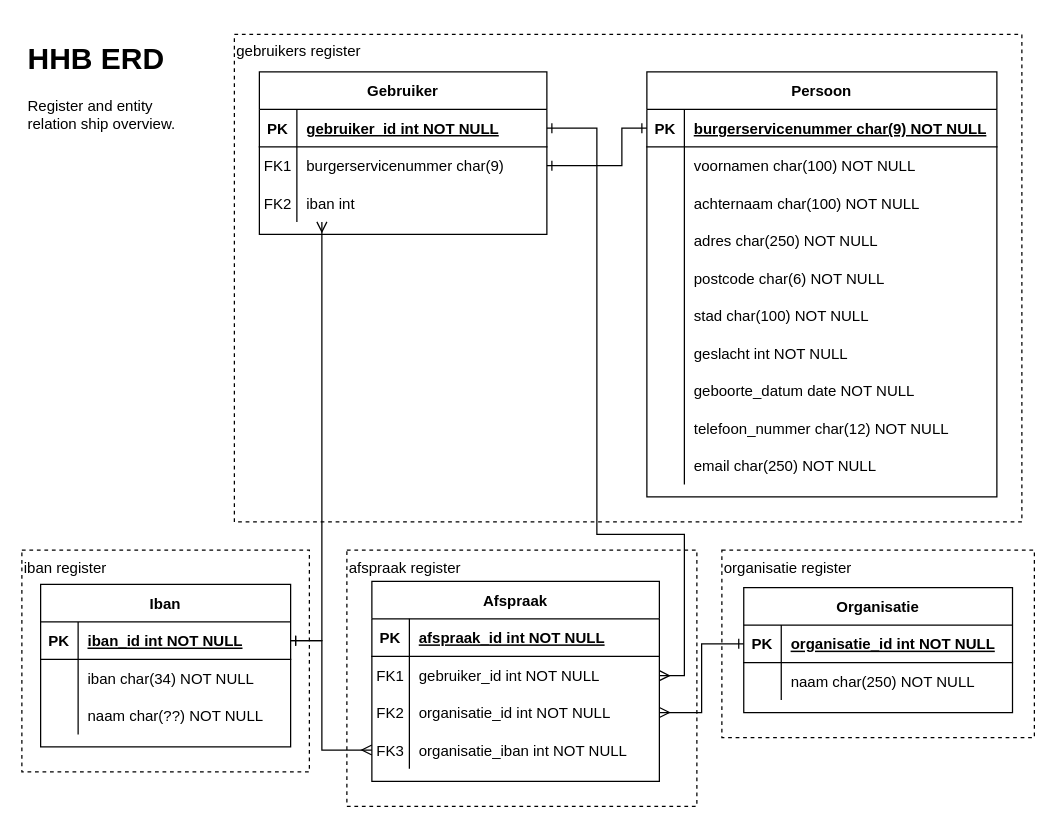
This is backend/docs/HHB ERD.drawio from frameless/huishoudboekje-nl-design-system-demo, a draw.io file, before an edit. Source tidied: cells renumbered, new cells numbered last; positions are measured from the earlier drawing's top-left corner, leaving out a move shared by most shapes. Both pictures are drawn from the tidied source at 125%, with x=0, y=0 at pixel (21, 34).
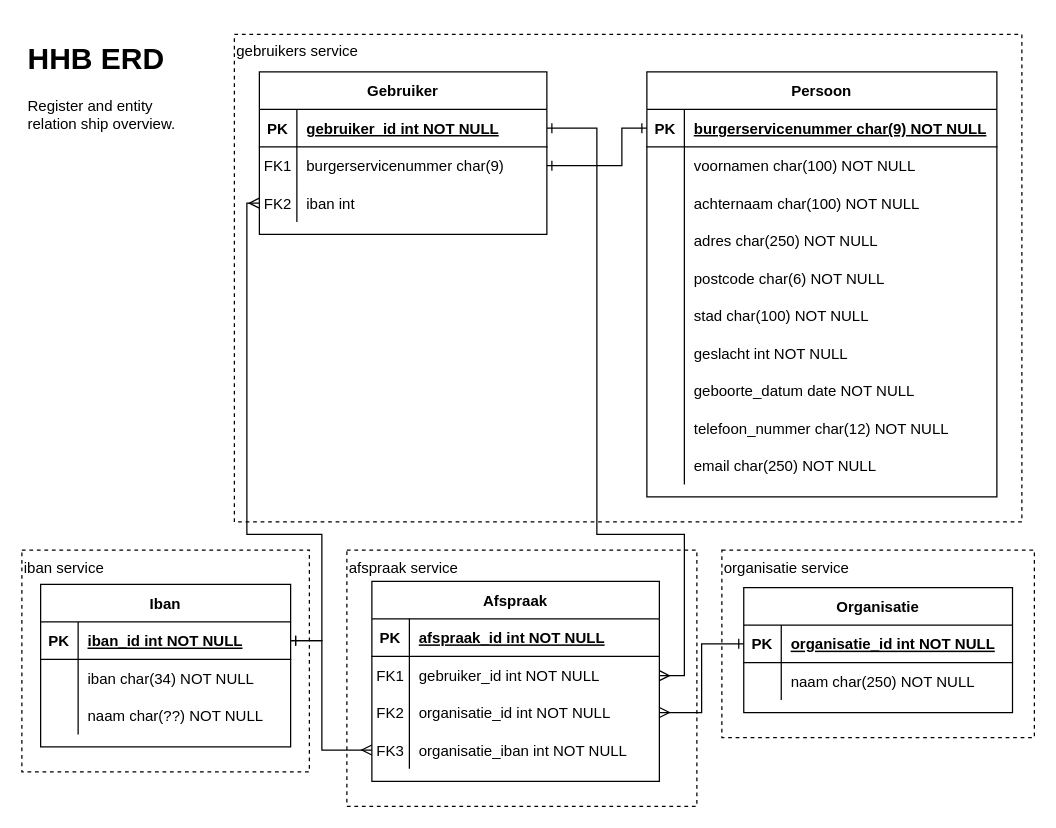
The same diagram, later.

Commit message:
Renamed registers to service in HHB ERD

The change refers to these unchanged cells:
```xml
<mxCell id="12" style="shape=partialRectangle;fillColor=none;top=0;left=0;bottom=1;right=0;points=[[0,0.5],[1,0.5]];portConstraint=eastwest;" parent="11" vertex="1">
  <mxGeometry y="30" width="200" height="30" as="geometry" />
</mxCell>
<mxCell id="59" style="shape=partialRectangle;fillColor=none;points=[[0,0.5],[1,0.5]];portConstraint=eastwest;top=0;left=0;right=0;bottom=0;" parent="52" vertex="1">
  <mxGeometry y="90" width="230" height="30" as="geometry" />
</mxCell>
```

What changed in the source:
```diff
@@
-    <mxCell id="2" value="afspraak register" style="rounded=0;whiteSpace=wrap;html=1;align=left;fillColor=none;verticalAlign=top;dashed=1;" parent="1" vertex="1">
+    <mxCell id="2" value="afspraak&amp;nbsp;service" style="rounded=0;whiteSpace=wrap;html=1;align=left;fillColor=none;verticalAlign=top;dashed=1;" parent="1" vertex="1">
       <mxGeometry x="260" y="412.5" width="280" height="205" as="geometry" />
     </mxCell>
-    <mxCell id="3" value="organisatie register" style="rounded=0;whiteSpace=wrap;html=1;align=left;fillColor=none;verticalAlign=top;dashed=1;" parent="1" vertex="1">
+    <mxCell id="3" value="organisatie&amp;nbsp;service" style="rounded=0;whiteSpace=wrap;html=1;align=left;fillColor=none;verticalAlign=top;dashed=1;" parent="1" vertex="1">
       <mxGeometry x="560" y="412.5" width="250" height="150" as="geometry" />
     </mxCell>
-    <mxCell id="4" value="gebruikers register" style="rounded=0;whiteSpace=wrap;html=1;align=left;fillColor=none;verticalAlign=top;dashed=1;" parent="1" vertex="1">
+    <mxCell id="4" value="gebruikers&amp;nbsp;service" style="rounded=0;whiteSpace=wrap;html=1;align=left;fillColor=none;verticalAlign=top;dashed=1;" parent="1" vertex="1">
       <mxGeometry x="170" width="630" height="390" as="geometry" />
     </mxCell>
-    <mxCell id="5" style="edgeStyle=orthogonalEdgeStyle;rounded=0;jettySize=auto;html=1;endArrow=ERone;endFill=0;startArrow=ERmany;startFill=0;" parent="1" edge="1" source="59" target="12">
+    <mxCell id="5" style="edgeStyle=orthogonalEdgeStyle;rounded=0;jettySize=auto;html=1;endArrow=ERone;endFill=0;startArrow=ERmany;startFill=0;exitX=0;exitY=0.5;exitDx=0;exitDy=0;entryX=1;entryY=0.5;entryDx=0;entryDy=0;" parent="1" edge="1" source="59" target="12">
       <mxGeometry relative="1" as="geometry">
         <Array as="points">
+          <mxPoint x="180" y="135" />
+          <mxPoint x="180" y="400" />
+          <mxPoint x="240" y="400" />
           <mxPoint x="240" y="485" />
         </Array>
       </mxGeometry>
     </mxCell>
@@
-    <mxCell id="9" value="iban register" style="rounded=0;whiteSpace=wrap;html=1;align=left;fillColor=none;verticalAlign=top;dashed=1;" parent="1" vertex="1">
+    <mxCell id="9" value="iban service" style="rounded=0;whiteSpace=wrap;html=1;align=left;fillColor=none;verticalAlign=top;dashed=1;" parent="1" vertex="1">
       <mxGeometry y="412.5" width="230" height="177.5" as="geometry" />
     </mxCell>
```
